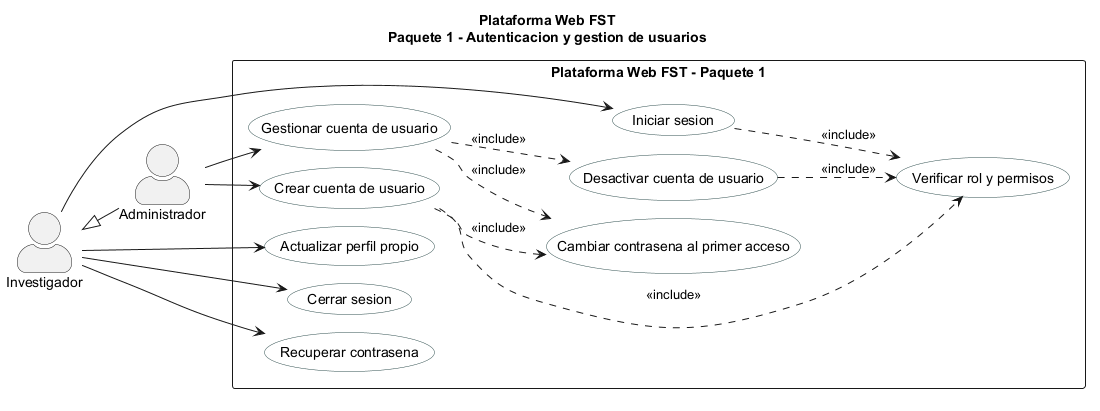
Above: figures/mermaid/cu_paquete1.png in ErickJester/fst-ai-system-latex (PlantUML), before the change.
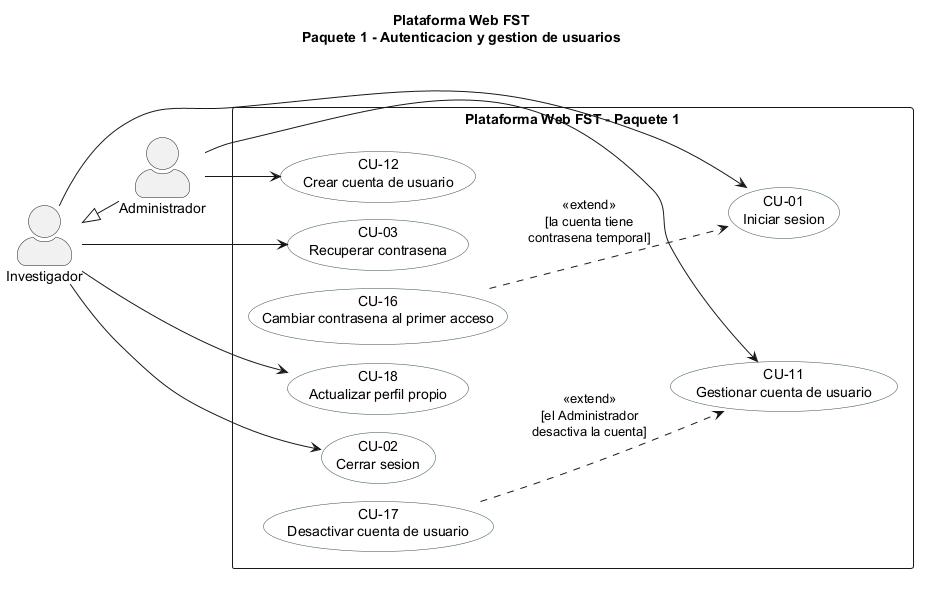
The same diagram one commit later.

What changed in the source:
```diff
@@ -12,26 +12,21 @@
 actor "Administrador" as ADMIN
 INV <|-- ADMIN
 rectangle "Plataforma Web FST - Paquete 1" {
-  usecase "Iniciar sesion" as UC11
-  usecase "Cerrar sesion" as UC12
-  usecase "Recuperar contrasena" as UC13
-  usecase "Verificar rol y permisos" as UC14
-  usecase "Gestionar cuenta de usuario" as UC15
-  usecase "Cambiar contrasena al primer acceso" as UC15a
-  usecase "Desactivar cuenta de usuario" as UC15b
-  usecase "Actualizar perfil propio" as UC16
-  usecase "Crear cuenta de usuario" as UC17
+  usecase "CU-01\nIniciar sesion" as CU01
+  usecase "CU-02\nCerrar sesion" as CU02
+  usecase "CU-03\nRecuperar contrasena" as CU03
+  usecase "CU-16\nCambiar contrasena al primer acceso" as CU16
+  usecase "CU-18\nActualizar perfil propio" as CU18
+  usecase "CU-11\nGestionar cuenta de usuario" as CU11
+  usecase "CU-12\nCrear cuenta de usuario" as CU12
+  usecase "CU-17\nDesactivar cuenta de usuario" as CU17
 }
-INV --> UC11
-INV --> UC12
-INV --> UC13
-INV --> UC16
-ADMIN --> UC15
-ADMIN --> UC17
-UC17 ..> UC14 : <<include>>
-UC15b ..> UC14 : <<include>>
-UC11 ..> UC14 : <<include>>
-UC15 ..> UC15a : <<include>>
-UC15 ..> UC15b : <<include>>
-UC17 ..> UC15a : <<include>>
+INV --> CU01
+INV --> CU02
+INV --> CU03
+INV --> CU18
+ADMIN --> CU11
+ADMIN --> CU12
+CU16 ..> CU01 : <<extend>>\n[la cuenta tiene\ncontrasena temporal]
+CU17 ..> CU11 : <<extend>>\n[el Administrador\ndesactiva la cuenta]
 @enduml
```
